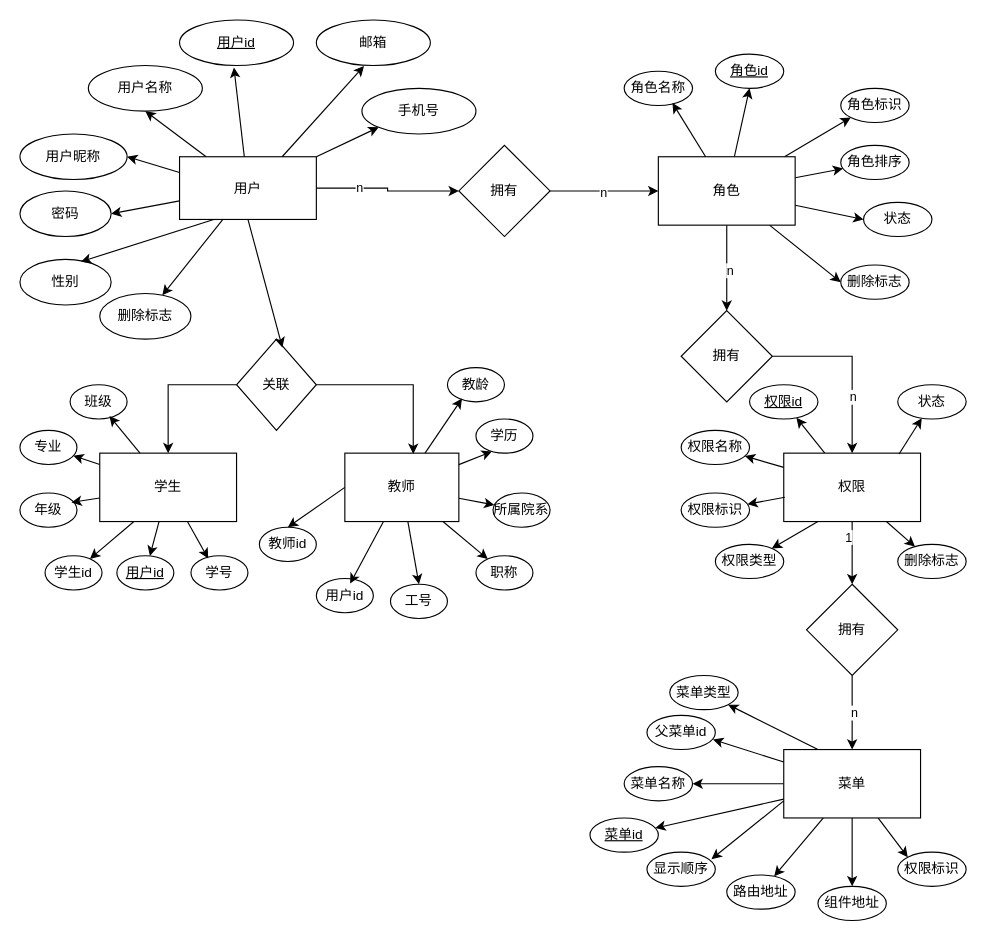
ytrLove/text_repo keeps this draw.io diagram as 未命名绘图.drawio. Above is the earlier version. Source tidied: cells renumbered, new cells numbered last; positions are measured from the earlier drawing's top-left corner, leaving out a move shared by most shapes. Both pictures are drawn from the tidied source at 114%, with x=0, y=0 at pixel (19, 19).
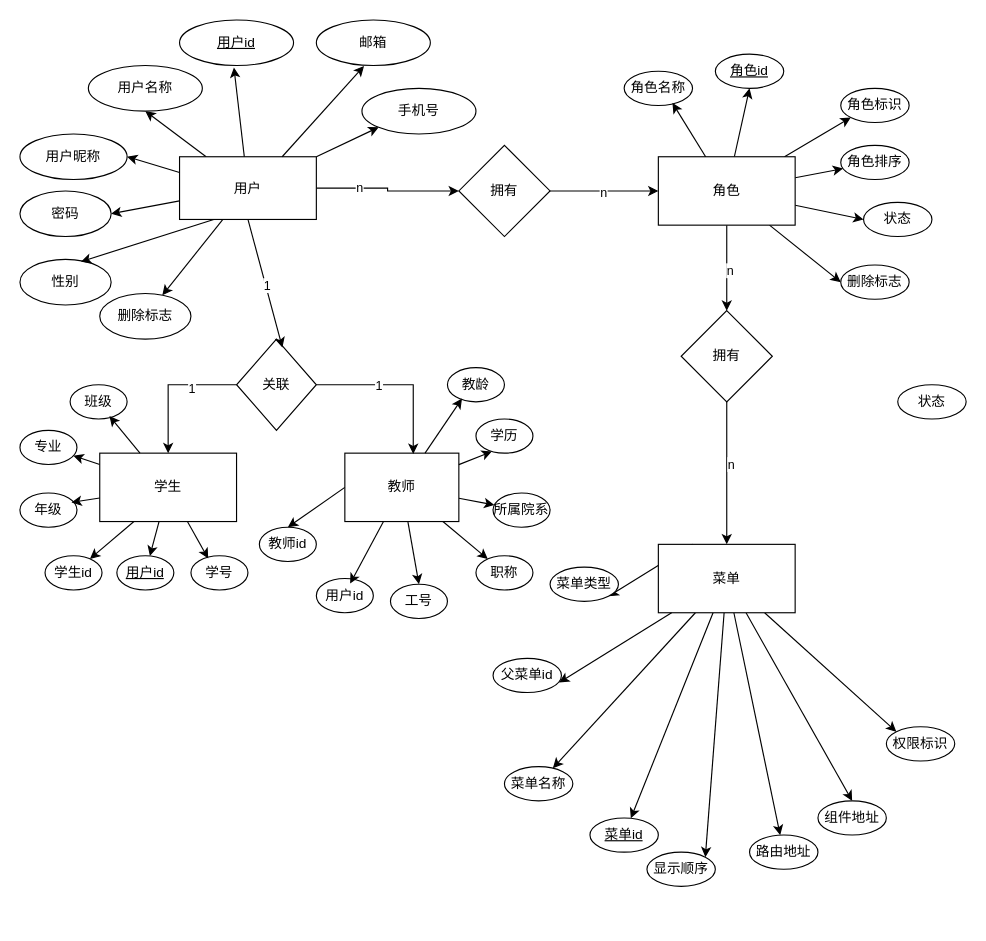
The same page after the edit.

Commit message:
更新未命名绘图.drawio

Unchanged cells that the change refers to:
```xml
<mxCell id="23" value="拥有" style="rhombus;whiteSpace=wrap;html=1;" parent="1" vertex="1">
  <mxGeometry x="580" y="255" width="80" height="80" as="geometry" />
</mxCell>
<mxCell id="39" style="edgeStyle=orthogonalEdgeStyle;rounded=0;jettySize=auto;html=1;exitX=0;exitY=0.5;exitDx=0;exitDy=0;entryX=0.5;entryY=0;entryDx=0;entryDy=0;" parent="1" edge="1" source="40" target="44">
  <mxGeometry relative="1" as="geometry" />
</mxCell>
<mxCell id="67" style="edgeStyle=none;rounded=0;jettySize=auto;html=1;exitX=0.5;exitY=1;exitDx=0;exitDy=0;entryX=0.575;entryY=0.092;entryDx=0;entryDy=0;entryPerimeter=0;" parent="1" edge="1" source="9" target="40">
  <mxGeometry relative="1" as="geometry" />
</mxCell>
<mxCell id="68" style="edgeStyle=orthogonalEdgeStyle;rounded=0;jettySize=auto;html=1;entryX=0.6;entryY=0.011;entryDx=0;entryDy=0;entryPerimeter=0;" parent="1" edge="1" source="40" target="49">
  <mxGeometry relative="1" as="geometry" />
</mxCell>
<mxCell id="97" value="状态" style="ellipse;whiteSpace=wrap;html=1;align=center;" parent="1" vertex="1">
  <mxGeometry x="770" y="320" width="60" height="30" as="geometry" />
</mxCell>
<mxCell id="104" value="显示顺序" style="ellipse;whiteSpace=wrap;html=1;align=center;" parent="1" vertex="1">
  <mxGeometry x="550" y="730" width="60" height="30" as="geometry" />
</mxCell>
```

Diff of the diagram source:
```diff
@@
-    <mxCell id="21" style="edgeStyle=orthogonalEdgeStyle;rounded=0;jettySize=auto;html=1;entryX=0.5;entryY=0;entryDx=0;entryDy=0;" parent="1" edge="1" source="23" target="28">
-      <mxGeometry relative="1" as="geometry" />
-    </mxCell>
-    <mxCell id="22" value="n" style="edgeLabel;html=1;align=center;verticalAlign=middle;" parent="21" vertex="1">
-      <mxGeometry x="0.36" relative="1" as="geometry" />
-    </mxCell>
+    <mxCell id="111" style="edgeStyle=orthogonalEdgeStyle;rounded=0;jettySize=auto;html=1;entryX=0.5;entryY=0;entryDx=0;entryDy=0;" parent="1" edge="1" source="23" target="38">
+      <mxGeometry relative="1" as="geometry" />
+    </mxCell>
+    <mxCell id="112" value="n" style="edgeLabel;html=1;align=center;verticalAlign=middle;" parent="111" vertex="1">
+      <mxGeometry x="-0.14" y="3" relative="1" as="geometry" />
+    </mxCell>
@@
-    <mxCell id="24" style="edgeStyle=orthogonalEdgeStyle;rounded=0;jettySize=auto;html=1;entryX=0.5;entryY=0;entryDx=0;entryDy=0;" parent="1" edge="1" source="28" target="31">
-      <mxGeometry relative="1" as="geometry" />
-    </mxCell>
-    <mxCell id="25" value="1" style="edgeLabel;html=1;align=center;verticalAlign=middle;" parent="24" vertex="1">
-      <mxGeometry x="-0.53" y="-4" relative="1" as="geometry" />
-    </mxCell>
-    <mxCell id="26" style="edgeStyle=none;rounded=0;jettySize=auto;html=1;" parent="1" edge="1" source="28" target="91">
-      <mxGeometry relative="1" as="geometry" />
-    </mxCell>
-    <mxCell id="27" style="edgeStyle=none;rounded=0;jettySize=auto;html=1;" parent="1" edge="1" source="28" target="100">
-      <mxGeometry relative="1" as="geometry" />
-    </mxCell>
-    <mxCell id="28" value="权限" style="rounded=0;whiteSpace=wrap;html=1;" parent="1" vertex="1">
-      <mxGeometry x="670" y="380" width="120" height="60" as="geometry" />
-    </mxCell>
-    <mxCell id="29" style="edgeStyle=orthogonalEdgeStyle;rounded=0;jettySize=auto;html=1;exitX=0.5;exitY=1;exitDx=0;exitDy=0;entryX=0.5;entryY=0;entryDx=0;entryDy=0;" parent="1" edge="1" source="31" target="38">
-      <mxGeometry relative="1" as="geometry" />
-    </mxCell>
-    <mxCell id="30" value="n" style="edgeLabel;html=1;align=center;verticalAlign=middle;" parent="29" vertex="1">
-      <mxGeometry x="-0.03" y="1" relative="1" as="geometry" />
-    </mxCell>
-    <mxCell id="31" value="拥有" style="rhombus;whiteSpace=wrap;html=1;" parent="1" vertex="1">
-      <mxGeometry x="690" y="495" width="80" height="80" as="geometry" />
-    </mxCell>
@@
+    <mxCell id="106" style="rounded=0;jettySize=auto;html=1;entryX=1;entryY=0;entryDx=0;entryDy=0;" parent="1" edge="1" source="38" target="104">
+      <mxGeometry relative="1" as="geometry" />
+    </mxCell>
     <mxCell id="38" value="菜单" style="rounded=0;whiteSpace=wrap;html=1;" parent="1" vertex="1">
-      <mxGeometry x="670" y="640" width="120" height="60" as="geometry" />
+      <mxGeometry x="560" y="460" width="120" height="60" as="geometry" />
     </mxCell>
@@
+    <mxCell id="113" value="1" style="edgeLabel;html=1;align=center;verticalAlign=middle;" parent="39" vertex="1">
+      <mxGeometry x="-0.33" y="3" relative="1" as="geometry" />
+    </mxCell>
@@
+    <mxCell id="114" value="1" style="edgeLabel;html=1;align=center;verticalAlign=middle;" parent="67" vertex="1">
+      <mxGeometry x="0.03" y="1" relative="1" as="geometry" />
+    </mxCell>
@@
+    <mxCell id="115" value="1" style="edgeLabel;html=1;align=center;verticalAlign=middle;" parent="68" vertex="1">
+      <mxGeometry x="-0.26" relative="1" as="geometry" />
+    </mxCell>
@@
-    <mxCell id="91" value="权限名称" style="ellipse;whiteSpace=wrap;html=1;align=center;" parent="1" vertex="1">
-      <mxGeometry x="580" y="360" width="60" height="30" as="geometry" />
-    </mxCell>
-    <mxCell id="92" style="edgeStyle=none;rounded=0;jettySize=auto;html=1;exitX=0.008;exitY=0.645;exitDx=0;exitDy=0;exitPerimeter=0;" parent="1" edge="1" source="28" target="93">
-      <mxGeometry relative="1" as="geometry" />
-    </mxCell>
-    <mxCell id="93" value="权限标识" style="ellipse;whiteSpace=wrap;html=1;align=center;" parent="1" vertex="1">
-      <mxGeometry x="580" y="415" width="60" height="30" as="geometry" />
-    </mxCell>
-    <mxCell id="94" style="edgeStyle=none;rounded=0;jettySize=auto;html=1;exitX=0.25;exitY=1;exitDx=0;exitDy=0;" parent="1" edge="1" source="28" target="95">
-      <mxGeometry relative="1" as="geometry" />
-    </mxCell>
-    <mxCell id="95" value="权限类型" style="ellipse;whiteSpace=wrap;html=1;align=center;" parent="1" vertex="1">
-      <mxGeometry x="610" y="460" width="60" height="30" as="geometry" />
-    </mxCell>
-    <mxCell id="96" style="edgeStyle=none;rounded=0;jettySize=auto;html=1;exitX=0.843;exitY=0.012;exitDx=0;exitDy=0;exitPerimeter=0;" parent="1" edge="1" source="28" target="97">
-      <mxGeometry relative="1" as="geometry" />
-    </mxCell>
@@
-    <mxCell id="98" style="edgeStyle=none;rounded=0;jettySize=auto;html=1;exitX=0.75;exitY=1;exitDx=0;exitDy=0;" parent="1" edge="1" source="28" target="99">
-      <mxGeometry relative="1" as="geometry" />
-    </mxCell>
-    <mxCell id="99" value="删除标志" style="ellipse;whiteSpace=wrap;html=1;align=center;" parent="1" vertex="1">
-      <mxGeometry x="770" y="460" width="60" height="30" as="geometry" />
-    </mxCell>
-    <mxCell id="100" value="权限id" style="ellipse;whiteSpace=wrap;html=1;align=center;fontStyle=4;" parent="1" vertex="1">
-      <mxGeometry x="640" y="320" width="60" height="30" as="geometry" />
-    </mxCell>
     <mxCell id="101" value="菜单名称" style="ellipse;whiteSpace=wrap;html=1;align=center;" parent="1" vertex="1">
-      <mxGeometry x="530" y="655" width="60" height="30" as="geometry" />
+      <mxGeometry x="425" y="655" width="60" height="30" as="geometry" />
     </mxCell>
     <mxCell id="102" value="父菜单id" style="ellipse;whiteSpace=wrap;html=1;align=center;" parent="1" vertex="1">
-      <mxGeometry x="550" y="610" width="60" height="30" as="geometry" />
+      <mxGeometry x="415" y="560" width="60" height="30" as="geometry" />
     </mxCell>
@@
     <mxCell id="105" value="路由地址" style="ellipse;whiteSpace=wrap;html=1;align=center;" parent="1" vertex="1">
-      <mxGeometry x="620" y="750" width="60" height="30" as="geometry" />
+      <mxGeometry x="640" y="715" width="60" height="30" as="geometry" />
     </mxCell>
-    <mxCell id="106" style="edgeStyle=none;rounded=0;jettySize=auto;html=1;exitX=0;exitY=0.75;exitDx=0;exitDy=0;entryX=0.944;entryY=0.204;entryDx=0;entryDy=0;entryPerimeter=0;" parent="1" edge="1" source="38" target="104">
-      <mxGeometry relative="1" as="geometry" />
-    </mxCell>
     <mxCell id="107" value="组件地址" style="ellipse;whiteSpace=wrap;html=1;align=center;" parent="1" vertex="1">
-      <mxGeometry x="700" y="760" width="60" height="30" as="geometry" />
+      <mxGeometry x="700" y="685" width="60" height="30" as="geometry" />
     </mxCell>
     <mxCell id="108" value="菜单类型" style="ellipse;whiteSpace=wrap;html=1;align=center;" parent="1" vertex="1">
-      <mxGeometry x="570" y="575" width="60" height="30" as="geometry" />
+      <mxGeometry x="465" y="480" width="60" height="30" as="geometry" />
     </mxCell>
     <mxCell id="109" value="权限标识" style="ellipse;whiteSpace=wrap;html=1;align=center;" parent="1" vertex="1">
-      <mxGeometry x="770" y="730" width="60" height="30" as="geometry" />
+      <mxGeometry x="760" y="620" width="60" height="30" as="geometry" />
     </mxCell>
```
